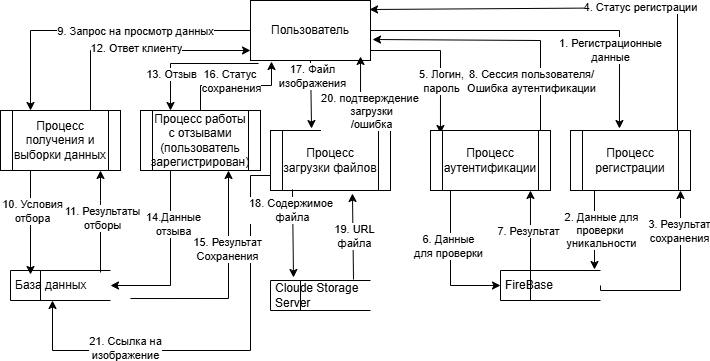
This is docs/analytics/images/dfd1.png from Rostelecom-Practice/chokak-project-docs, a draw.io export, as it was before one commit. Source tidied: cells renumbered, new cells last; positions are measured from the earlier drawing's top-left corner, leaving out a move shared by most shapes.
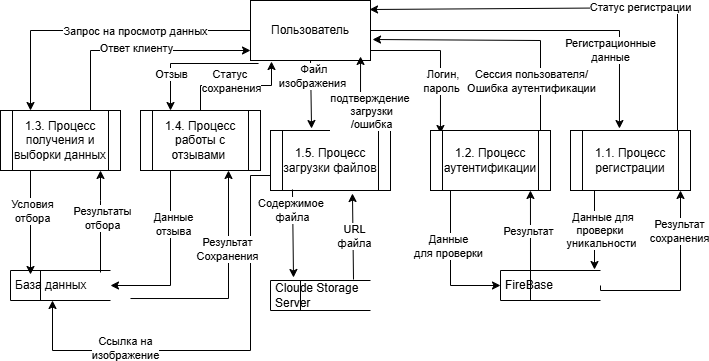
After the commit.

Commit message:
Fix DFD diagram numbering and corresponding documentation

What changed in the source:
```diff
@@ -5,7 +5,7 @@
     <mxCell id="2" style="edgeStyle=orthogonalEdgeStyle;rounded=0;jettySize=auto;html=1;entryX=0.25;entryY=0;entryDx=0;entryDy=0;" parent="1" edge="1" source="8" target="11">
       <mxGeometry relative="1" as="geometry" />
     </mxCell>
-    <mxCell id="3" value="9. Запрос на просмотр данных" style="edgeLabel;html=1;align=center;verticalAlign=middle;" parent="2" vertex="1">
+    <mxCell id="3" value="Запрос на просмотр данных" style="edgeLabel;html=1;align=center;verticalAlign=middle;" parent="2" vertex="1">
       <mxGeometry x="-0.25" y="1" relative="1" as="geometry">
         <mxPoint x="-4" y="-1" as="offset" />
       </mxGeometry>
@@ -17,7 +17,7 @@
         </Array>
       </mxGeometry>
     </mxCell>
-    <mxCell id="5" value="13. Отзыв" style="edgeLabel;html=1;align=center;verticalAlign=middle;" parent="4" vertex="1">
+    <mxCell id="5" value="Отзыв" style="edgeLabel;html=1;align=center;verticalAlign=middle;" parent="4" vertex="1">
       <mxGeometry x="0.47" relative="1" as="geometry" />
     </mxCell>
     <mxCell id="6" style="edgeStyle=orthogonalEdgeStyle;rounded=0;jettySize=auto;html=1;entryX=0.083;entryY=0.05;entryDx=0;entryDy=0;entryPerimeter=0;" parent="1" edge="1" source="8" target="20">
@@ -27,7 +27,7 @@
         </Array>
       </mxGeometry>
     </mxCell>
-    <mxCell id="7" value="5. Логин,&lt;div&gt;пароль&lt;/div&gt;" style="edgeLabel;html=1;align=center;verticalAlign=middle;" parent="6" vertex="1">
+    <mxCell id="7" value="&amp;nbsp;Логин,&lt;div&gt;пароль&lt;/div&gt;" style="edgeLabel;html=1;align=center;verticalAlign=middle;" parent="6" vertex="1">
       <mxGeometry x="0.31" y="1" relative="1" as="geometry" />
     </mxCell>
     <mxCell id="8" value="Пользователь" style="rounded=0;whiteSpace=wrap;html=1;" parent="1" vertex="1">
@@ -40,10 +40,10 @@
         </Array>
       </mxGeometry>
     </mxCell>
-    <mxCell id="10" value="12. Ответ клиенту" style="edgeLabel;html=1;align=center;verticalAlign=middle;" parent="9" vertex="1">
+    <mxCell id="10" value="Ответ клиенту" style="edgeLabel;html=1;align=center;verticalAlign=middle;" parent="9" vertex="1">
       <mxGeometry x="-0.05" y="3" relative="1" as="geometry" />
     </mxCell>
-    <mxCell id="11" value="Процесс получения и выборки данных" style="shape=process;whiteSpace=wrap;html=1;backgroundOutline=1;" parent="1" vertex="1">
+    <mxCell id="11" value="1.3. Процесс получения и выборки данных" style="shape=process;whiteSpace=wrap;html=1;backgroundOutline=1;" parent="1" vertex="1">
       <mxGeometry y="110" width="120" height="60" as="geometry" />
     </mxCell>
     <mxCell id="12" style="edgeStyle=orthogonalEdgeStyle;rounded=0;jettySize=auto;html=1;entryX=1;entryY=0.5;entryDx=0;entryDy=0;" parent="1" edge="1" source="14" target="22">
@@ -53,13 +53,13 @@
         </Array>
       </mxGeometry>
     </mxCell>
-    <mxCell id="13" value="14.Данные&lt;div&gt;отзыва&lt;/div&gt;" style="edgeLabel;html=1;align=center;verticalAlign=middle;" parent="12" vertex="1">
+    <mxCell id="13" value="Данные&lt;div&gt;отзыва&lt;/div&gt;" style="edgeLabel;html=1;align=center;verticalAlign=middle;" parent="12" vertex="1">
       <mxGeometry x="-0.39" y="2" relative="1" as="geometry" />
     </mxCell>
-    <mxCell id="14" value="Процесс работы с отзывами (пользователь зарегистрирован)" style="shape=process;whiteSpace=wrap;html=1;backgroundOutline=1;" parent="1" vertex="1">
+    <mxCell id="14" value="1.4. Процесс работы с отзывами&amp;nbsp;" style="shape=process;whiteSpace=wrap;html=1;backgroundOutline=1;" parent="1" vertex="1">
       <mxGeometry x="140" y="110" width="120" height="60" as="geometry" />
     </mxCell>
-    <mxCell id="15" value="Процесс загрузки файлов" style="shape=process;whiteSpace=wrap;html=1;backgroundOutline=1;" parent="1" vertex="1">
+    <mxCell id="15" value="1.5. Процесс загрузки файлов" style="shape=process;whiteSpace=wrap;html=1;backgroundOutline=1;" parent="1" vertex="1">
       <mxGeometry x="270" y="130" width="120" height="60" as="geometry" />
     </mxCell>
     <mxCell id="16" style="edgeStyle=orthogonalEdgeStyle;rounded=0;jettySize=auto;html=1;entryX=0;entryY=0.5;entryDx=0;entryDy=0;" parent="1" edge="1" source="20" target="24">
@@ -69,7 +69,7 @@
         </Array>
       </mxGeometry>
     </mxCell>
-    <mxCell id="17" value="6. Данные&lt;div&gt;для проверки&lt;/div&gt;" style="edgeLabel;html=1;align=center;verticalAlign=middle;" parent="16" vertex="1">
+    <mxCell id="17" value="Данные&lt;div&gt;для проверки&lt;/div&gt;" style="edgeLabel;html=1;align=center;verticalAlign=middle;" parent="16" vertex="1">
       <mxGeometry x="-0.23" y="-3" relative="1" as="geometry" />
     </mxCell>
     <mxCell id="18" style="edgeStyle=orthogonalEdgeStyle;rounded=0;jettySize=auto;html=1;entryX=1.017;entryY=0.65;entryDx=0;entryDy=0;entryPerimeter=0;" parent="1" edge="1" target="8">
@@ -80,15 +80,15 @@
         </Array>
       </mxGeometry>
     </mxCell>
-    <mxCell id="19" value="8. Сессия пользователя/&lt;div&gt;Ошибка аутентификации&lt;/div&gt;" style="edgeLabel;html=1;align=center;verticalAlign=middle;" parent="18" vertex="1">
+    <mxCell id="19" value="Сессия пользователя/&lt;div&gt;Ошибка аутентификации&lt;/div&gt;" style="edgeLabel;html=1;align=center;verticalAlign=middle;" parent="18" vertex="1">
       <mxGeometry x="-0.36" y="-1" relative="1" as="geometry">
         <mxPoint x="-11" y="32" as="offset" />
       </mxGeometry>
     </mxCell>
-    <mxCell id="20" value="Процесс аутентификации" style="shape=process;whiteSpace=wrap;html=1;backgroundOutline=1;" parent="1" vertex="1">
+    <mxCell id="20" value="1.2. Процесс аутентификации" style="shape=process;whiteSpace=wrap;html=1;backgroundOutline=1;" parent="1" vertex="1">
       <mxGeometry x="430" y="130" width="120" height="60" as="geometry" />
     </mxCell>
-    <mxCell id="21" value="Процесс регистрации" style="shape=process;whiteSpace=wrap;html=1;backgroundOutline=1;" parent="1" vertex="1">
+    <mxCell id="21" value="1.1. Процесс регистрации" style="shape=process;whiteSpace=wrap;html=1;backgroundOutline=1;" parent="1" vertex="1">
       <mxGeometry x="570" y="130" width="120" height="60" as="geometry" />
     </mxCell>
     <mxCell id="22" value="База данных" style="html=1;dashed=0;whiteSpace=wrap;shape=mxgraph.dfd.dataStoreID;align=left;spacingLeft=3;points=[[0,0],[0.5,0],[1,0],[0,0.5],[1,0.5],[0,1],[0.5,1],[1,1]];" parent="1" vertex="1">
@@ -103,7 +103,7 @@
     <mxCell id="25" style="endArrow=classic;html=1;rounded=0;exitX=0.5;exitY=1;exitDx=0;exitDy=0;entryX=0.342;entryY=-0.033;entryDx=0;entryDy=0;entryPerimeter=0;" parent="1" edge="1" source="8" target="15">
       <mxGeometry relative="1" as="geometry" />
     </mxCell>
-    <mxCell id="26" value="17. Файл&lt;div&gt;изображения&lt;/div&gt;" style="edgeLabel;html=1;align=center;verticalAlign=middle;" parent="25" vertex="1">
+    <mxCell id="26" value="&amp;nbsp;Файл&lt;div&gt;изображения&lt;/div&gt;" style="edgeLabel;html=1;align=center;verticalAlign=middle;" parent="25" vertex="1">
       <mxGeometry x="-0.54" y="1" relative="1" as="geometry" />
     </mxCell>
     <mxCell id="27" style="endArrow=classic;html=1;rounded=0;exitX=0.65;exitY=0.067;exitDx=0;exitDy=0;exitPerimeter=0;entryX=0.625;entryY=1;entryDx=0;entryDy=0;entryPerimeter=0;" parent="1" edge="1">
@@ -116,13 +116,13 @@
         </Array>
       </mxGeometry>
     </mxCell>
-    <mxCell id="28" value="11. Результаты&lt;div&gt;отборы&lt;/div&gt;" style="edgeLabel;html=1;align=center;verticalAlign=middle;" parent="27" vertex="1">
+    <mxCell id="28" value="Результаты&lt;div&gt;отбора&lt;/div&gt;" style="edgeLabel;html=1;align=center;verticalAlign=middle;" parent="27" vertex="1">
       <mxGeometry x="0.08" y="-1" relative="1" as="geometry" />
     </mxCell>
     <mxCell id="29" style="endArrow=classic;html=1;rounded=0;exitX=0.25;exitY=1;exitDx=0;exitDy=0;entryX=0.2;entryY=0.133;entryDx=0;entryDy=0;entryPerimeter=0;" parent="1" edge="1" source="11" target="22">
       <mxGeometry relative="1" as="geometry" />
     </mxCell>
-    <mxCell id="30" value="10. Условия&lt;div&gt;отбора&lt;/div&gt;" style="edgeLabel;html=1;align=center;verticalAlign=middle;" parent="29" vertex="1">
+    <mxCell id="30" value="Условия&lt;div&gt;отбора&lt;/div&gt;" style="edgeLabel;html=1;align=center;verticalAlign=middle;" parent="29" vertex="1">
       <mxGeometry x="-0.42" y="1" relative="1" as="geometry">
         <mxPoint y="10" as="offset" />
       </mxGeometry>
@@ -130,7 +130,7 @@
     <mxCell id="31" style="endArrow=classic;html=1;rounded=0;entryX=0.917;entryY=0.933;entryDx=0;entryDy=0;exitX=0.75;exitY=0;exitDx=0;exitDy=0;entryPerimeter=0;" parent="1" edge="1" source="15" target="8">
       <mxGeometry relative="1" as="geometry" />
     </mxCell>
-    <mxCell id="32" value="20. подтверждение&amp;nbsp;&lt;div&gt;загрузки&lt;div&gt;/ошибка&lt;/div&gt;&lt;/div&gt;" style="edgeLabel;html=1;align=center;verticalAlign=middle;" parent="31" vertex="1">
+    <mxCell id="32" value="подтверждение&amp;nbsp;&lt;div&gt;загрузки&lt;div&gt;/ошибка&lt;/div&gt;&lt;/div&gt;" style="edgeLabel;html=1;align=center;verticalAlign=middle;" parent="31" vertex="1">
       <mxGeometry x="0.04" y="-3" relative="1" as="geometry">
         <mxPoint x="7" y="19" as="offset" />
       </mxGeometry>
@@ -145,7 +145,7 @@
         </Array>
       </mxGeometry>
     </mxCell>
-    <mxCell id="34" value="21. Ссылка на&lt;div&gt;изображение&lt;/div&gt;" style="edgeLabel;html=1;align=center;verticalAlign=middle;" parent="33" vertex="1">
+    <mxCell id="34" value="Ссылка на&lt;div&gt;изображение&lt;/div&gt;" style="edgeLabel;html=1;align=center;verticalAlign=middle;" parent="33" vertex="1">
       <mxGeometry x="0.45" y="-3" relative="1" as="geometry" />
     </mxCell>
     <mxCell id="35" style="endArrow=classic;html=1;rounded=0;entryX=0.833;entryY=1;entryDx=0;entryDy=0;entryPerimeter=0;" parent="1" edge="1" target="20">
@@ -153,7 +153,7 @@
         <mxPoint x="530" y="270" as="sourcePoint" />
       </mxGeometry>
     </mxCell>
-    <mxCell id="36" value="7. Результат" style="edgeLabel;html=1;align=center;verticalAlign=middle;" parent="35" vertex="1">
+    <mxCell id="36" value="Результат" style="edgeLabel;html=1;align=center;verticalAlign=middle;" parent="35" vertex="1">
       <mxGeometry x="0.15" y="2" relative="1" as="geometry">
         <mxPoint y="6" as="offset" />
       </mxGeometry>
@@ -161,13 +161,13 @@
     <mxCell id="37" style="endArrow=classic;html=1;rounded=0;entryX=0.683;entryY=1.05;entryDx=0;entryDy=0;entryPerimeter=0;exitX=0.83;exitY=-0.033;exitDx=0;exitDy=0;exitPerimeter=0;" parent="1" edge="1" source="23" target="15">
       <mxGeometry relative="1" as="geometry" />
     </mxCell>
-    <mxCell id="38" value="19. URL&lt;div&gt;файла&lt;/div&gt;" style="edgeLabel;html=1;align=center;verticalAlign=middle;" parent="37" vertex="1">
+    <mxCell id="38" value="URL&lt;div&gt;файла&lt;/div&gt;" style="edgeLabel;html=1;align=center;verticalAlign=middle;" parent="37" vertex="1">
       <mxGeometry x="0.02" y="-1" relative="1" as="geometry" />
     </mxCell>
     <mxCell id="39" style="endArrow=classic;html=1;rounded=0;exitX=0.183;exitY=0.983;exitDx=0;exitDy=0;exitPerimeter=0;entryX=0.23;entryY=-0.1;entryDx=0;entryDy=0;entryPerimeter=0;" parent="1" edge="1" source="15" target="23">
       <mxGeometry relative="1" as="geometry" />
     </mxCell>
-    <mxCell id="40" value="18. Содержимое&amp;nbsp;&lt;div&gt;файла&lt;/div&gt;" style="edgeLabel;html=1;align=center;verticalAlign=middle;" parent="39" vertex="1">
+    <mxCell id="40" value="Содержимое&amp;nbsp;&lt;div&gt;файла&lt;/div&gt;" style="edgeLabel;html=1;align=center;verticalAlign=middle;" parent="39" vertex="1">
       <mxGeometry x="-0.41" y="-1" relative="1" as="geometry">
         <mxPoint y="-5" as="offset" />
       </mxGeometry>
@@ -175,7 +175,7 @@
     <mxCell id="41" style="edgeStyle=orthogonalEdgeStyle;rounded=0;jettySize=auto;html=1;entryX=0.175;entryY=1.017;entryDx=0;entryDy=0;entryPerimeter=0;" parent="1" edge="1" source="14" target="8">
       <mxGeometry relative="1" as="geometry" />
     </mxCell>
-    <mxCell id="42" value="16. Статус&amp;nbsp;&lt;div&gt;сохранения&lt;/div&gt;" style="edgeLabel;html=1;align=center;verticalAlign=middle;" parent="41" vertex="1">
+    <mxCell id="42" value="Статус&amp;nbsp;&lt;div&gt;сохранения&lt;/div&gt;" style="edgeLabel;html=1;align=center;verticalAlign=middle;" parent="41" vertex="1">
       <mxGeometry x="-0.25" relative="1" as="geometry">
         <mxPoint x="10" y="-5" as="offset" />
       </mxGeometry>
@@ -188,7 +188,7 @@
         </Array>
       </mxGeometry>
     </mxCell>
-    <mxCell id="44" value="&lt;div&gt;15. Результат&lt;/div&gt;&lt;div&gt;Сохранения&lt;/div&gt;" style="edgeLabel;html=1;align=center;verticalAlign=middle;" parent="43" vertex="1">
+    <mxCell id="44" value="&lt;div&gt;Результат&lt;/div&gt;&lt;div&gt;Сохранения&lt;/div&gt;" style="edgeLabel;html=1;align=center;verticalAlign=middle;" parent="43" vertex="1">
       <mxGeometry x="0.31" y="2" relative="1" as="geometry" />
     </mxCell>
     <mxCell id="45" style="endArrow=classic;html=1;rounded=0;exitX=0.75;exitY=0;exitDx=0;exitDy=0;entryX=0.992;entryY=0.15;entryDx=0;entryDy=0;entryPerimeter=0;" parent="1" edge="1" target="8">
@@ -199,7 +199,7 @@
         </Array>
       </mxGeometry>
     </mxCell>
-    <mxCell id="46" value="4. Статус регистрации" style="edgeLabel;html=1;align=center;verticalAlign=middle;" parent="45" vertex="1">
+    <mxCell id="46" value="Статус регистрации" style="edgeLabel;html=1;align=center;verticalAlign=middle;" parent="45" vertex="1">
       <mxGeometry x="-0.33" y="-1" relative="1" as="geometry">
         <mxPoint x="-15" as="offset" />
       </mxGeometry>
@@ -207,7 +207,7 @@
     <mxCell id="47" style="endArrow=classic;html=1;rounded=0;exitX=0.2;exitY=1;exitDx=0;exitDy=0;exitPerimeter=0;entryX=0.94;entryY=-0.033;entryDx=0;entryDy=0;entryPerimeter=0;" parent="1" edge="1" source="21" target="24">
       <mxGeometry relative="1" as="geometry" />
     </mxCell>
-    <mxCell id="48" value="2. Данные для&lt;div&gt;проверки&amp;nbsp;&lt;/div&gt;&lt;div&gt;уникальности&lt;/div&gt;" style="edgeLabel;html=1;align=center;verticalAlign=middle;" parent="47" vertex="1">
+    <mxCell id="48" value="&amp;nbsp;Данные для&lt;div&gt;проверки&amp;nbsp;&lt;/div&gt;&lt;div&gt;уникальности&lt;/div&gt;" style="edgeLabel;html=1;align=center;verticalAlign=middle;" parent="47" vertex="1">
       <mxGeometry x="-0.01" y="-1" relative="1" as="geometry">
         <mxPoint x="7" as="offset" />
       </mxGeometry>
@@ -215,7 +215,7 @@
     <mxCell id="49" style="edgeStyle=orthogonalEdgeStyle;rounded=0;jettySize=auto;html=1;entryX=0.408;entryY=-0.033;entryDx=0;entryDy=0;entryPerimeter=0;" parent="1" edge="1" source="8" target="21">
       <mxGeometry relative="1" as="geometry" />
     </mxCell>
-    <mxCell id="50" value="1. Регистрационные&lt;div&gt;данные&lt;/div&gt;" style="edgeLabel;html=1;align=center;verticalAlign=middle;" parent="49" vertex="1">
+    <mxCell id="50" value="Регистрационные&lt;div&gt;данные&lt;/div&gt;" style="edgeLabel;html=1;align=center;verticalAlign=middle;" parent="49" vertex="1">
       <mxGeometry x="0.48" relative="1" as="geometry">
         <mxPoint x="-9" y="12" as="offset" />
       </mxGeometry>
@@ -228,7 +228,7 @@
         </Array>
       </mxGeometry>
     </mxCell>
-    <mxCell id="52" value="3. Результат&lt;div&gt;сохранения&lt;/div&gt;" style="edgeLabel;html=1;align=center;verticalAlign=middle;" parent="51" vertex="1">
+    <mxCell id="52" value="Результат&lt;div&gt;сохранения&lt;/div&gt;" style="edgeLabel;html=1;align=center;verticalAlign=middle;" parent="51" vertex="1">
       <mxGeometry x="0.49" y="2" relative="1" as="geometry">
         <mxPoint y="-7" as="offset" />
       </mxGeometry>
```
